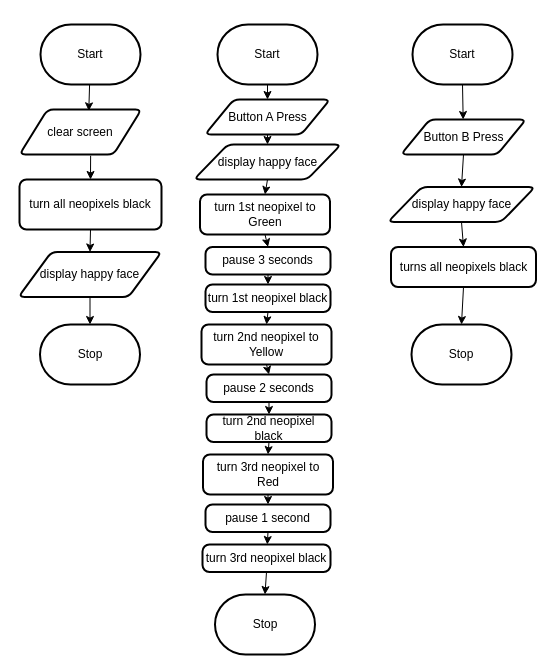
Above: design/flowchart.drawio in MTHS-TEJ2O-1-2023/TEJ2O-Unit-5-05-Julianne-Leblanc-Peltier (draw.io), before the change. Source tidied: cells renumbered, new cells numbered last; positions are measured from the earlier drawing's top-left corner, leaving out a move shared by most shapes. Both pictures are drawn from the tidied source at 100%, with x=0, y=0 at pixel (18, 24).
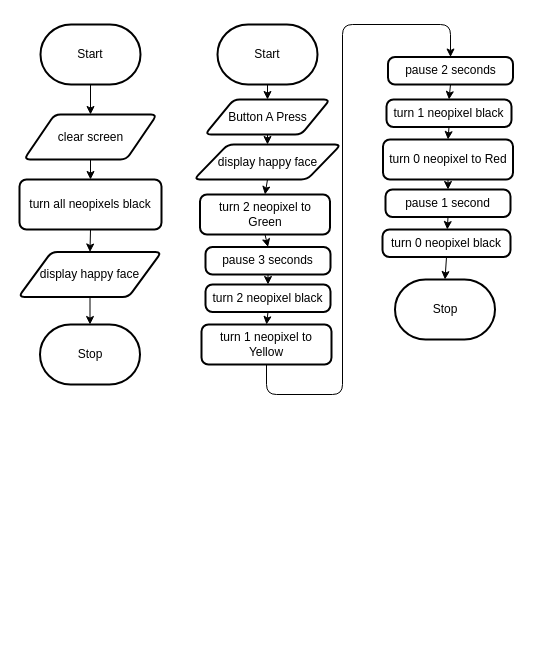
The same diagram, later.

Unchanged cells that the change refers to:
```xml
<mxCell id="2" value="Start" style="strokeWidth=2;html=1;shape=mxgraph.flowchart.terminator;whiteSpace=wrap;" parent="1" vertex="1">
  <mxGeometry x="22" width="100" height="60" as="geometry" />
</mxCell>
<mxCell id="7" value="turn all neopixels black" style="rounded=1;whiteSpace=wrap;html=1;absoluteArcSize=1;arcSize=14;strokeWidth=2;" parent="1" vertex="1">
  <mxGeometry x="1" y="155" width="142" height="50" as="geometry" />
</mxCell>
```

What changed in the source:
```diff
@@
     <mxCell id="5" value="Stop" style="strokeWidth=2;html=1;shape=mxgraph.flowchart.terminator;whiteSpace=wrap;" parent="1" vertex="1">
-      <mxGeometry x="196.5" y="570" width="100" height="60" as="geometry" />
+      <mxGeometry x="376.5" y="255" width="100" height="60" as="geometry" />
     </mxCell>
@@
-    <mxCell id="9" value="turn 1st neopixel to Green" style="rounded=1;whiteSpace=wrap;html=1;absoluteArcSize=1;arcSize=14;strokeWidth=2;" parent="1" vertex="1">
+    <mxCell id="9" value="turn 2 neopixel to Green" style="rounded=1;whiteSpace=wrap;html=1;absoluteArcSize=1;arcSize=14;strokeWidth=2;" parent="1" vertex="1">
       <mxGeometry x="181.5" y="170" width="130" height="40" as="geometry" />
     </mxCell>
-    <mxCell id="10" style="edgeStyle=none;html=1;exitX=0.5;exitY=1;exitDx=0;exitDy=0;exitPerimeter=0;startArrow=none;startFill=0;endArrow=classic;endFill=1;" parent="1" edge="1" source="11" target="40">
-      <mxGeometry relative="1" as="geometry" />
-    </mxCell>
-    <mxCell id="11" value="Start" style="strokeWidth=2;html=1;shape=mxgraph.flowchart.terminator;whiteSpace=wrap;" parent="1" vertex="1">
-      <mxGeometry x="394" width="100" height="60" as="geometry" />
-    </mxCell>
-    <mxCell id="12" style="edgeStyle=none;html=1;endArrow=none;endFill=0;exitX=0.568;exitY=0.03;exitDx=0;exitDy=0;exitPerimeter=0;startArrow=classic;startFill=1;" parent="1" edge="1" source="14" target="2">
+    <mxCell id="12" style="edgeStyle=none;html=1;endArrow=none;endFill=0;exitX=0.5;exitY=0;exitDx=0;exitDy=0;startArrow=classic;startFill=1;" parent="1" edge="1" source="14" target="2">
       <mxGeometry relative="1" as="geometry" />
     </mxCell>
-    <mxCell id="13" style="edgeStyle=none;html=1;exitX=0.583;exitY=1.027;exitDx=0;exitDy=0;entryX=0.5;entryY=0;entryDx=0;entryDy=0;startArrow=none;startFill=0;endArrow=classic;endFill=1;exitPerimeter=0;" parent="1" edge="1" source="14" target="7">
+    <mxCell id="13" style="edgeStyle=none;html=1;exitX=0.5;exitY=1;exitDx=0;exitDy=0;entryX=0.5;entryY=0;entryDx=0;entryDy=0;startArrow=none;startFill=0;endArrow=classic;endFill=1;" parent="1" edge="1" source="14" target="7">
       <mxGeometry relative="1" as="geometry" />
     </mxCell>
     <mxCell id="14" value="clear screen" style="shape=parallelogram;html=1;strokeWidth=2;perimeter=parallelogramPerimeter;whiteSpace=wrap;rounded=1;arcSize=12;size=0.23;" parent="1" vertex="1">
-      <mxGeometry x="1" y="85" width="122" height="45" as="geometry" />
+      <mxGeometry x="5.5" y="90" width="133" height="45" as="geometry" />
     </mxCell>
@@
-    <mxCell id="25" value="turn 1st neopixel black" style="rounded=1;whiteSpace=wrap;html=1;absoluteArcSize=1;arcSize=14;strokeWidth=2;" parent="1" vertex="1">
+    <mxCell id="25" value="turn 2 neopixel black" style="rounded=1;whiteSpace=wrap;html=1;absoluteArcSize=1;arcSize=14;strokeWidth=2;" parent="1" vertex="1">
       <mxGeometry x="187" y="260" width="125" height="27.5" as="geometry" />
     </mxCell>
     <mxCell id="26" style="edgeStyle=none;html=1;exitX=0.5;exitY=1;exitDx=0;exitDy=0;entryX=0.5;entryY=0;entryDx=0;entryDy=0;startArrow=none;startFill=0;endArrow=classic;endFill=1;" parent="1" edge="1" source="27" target="29">
-      <mxGeometry relative="1" as="geometry" />
+      <mxGeometry relative="1" as="geometry">
+        <Array as="points">
+          <mxPoint x="248" y="370" />
+          <mxPoint x="324" y="370" />
+          <mxPoint x="324" />
+          <mxPoint x="432" />
+        </Array>
+      </mxGeometry>
     </mxCell>
-    <mxCell id="27" value="turn 2nd neopixel to Yellow" style="rounded=1;whiteSpace=wrap;html=1;absoluteArcSize=1;arcSize=14;strokeWidth=2;" parent="1" vertex="1">
+    <mxCell id="27" value="turn 1 neopixel to Yellow" style="rounded=1;whiteSpace=wrap;html=1;absoluteArcSize=1;arcSize=14;strokeWidth=2;" parent="1" vertex="1">
       <mxGeometry x="183" y="300" width="130" height="40" as="geometry" />
     </mxCell>
@@
     <mxCell id="29" value="pause 2 seconds" style="rounded=1;whiteSpace=wrap;html=1;absoluteArcSize=1;arcSize=14;strokeWidth=2;" parent="1" vertex="1">
-      <mxGeometry x="188" y="350" width="125" height="27.5" as="geometry" />
+      <mxGeometry x="369.5" y="32.5" width="125" height="27.5" as="geometry" />
     </mxCell>
@@
-    <mxCell id="31" value="turn 2nd neopixel black" style="rounded=1;whiteSpace=wrap;html=1;absoluteArcSize=1;arcSize=14;strokeWidth=2;" parent="1" vertex="1">
-      <mxGeometry x="188" y="390" width="125" height="27.5" as="geometry" />
+    <mxCell id="31" value="turn 1 neopixel black" style="rounded=1;whiteSpace=wrap;html=1;absoluteArcSize=1;arcSize=14;strokeWidth=2;" parent="1" vertex="1">
+      <mxGeometry x="368" y="75" width="125" height="27.5" as="geometry" />
     </mxCell>
@@
-    <mxCell id="33" value="turn 3rd neopixel to Red" style="rounded=1;whiteSpace=wrap;html=1;absoluteArcSize=1;arcSize=14;strokeWidth=2;" parent="1" vertex="1">
-      <mxGeometry x="184.5" y="430" width="130" height="40" as="geometry" />
+    <mxCell id="33" value="turn 0 neopixel to Red" style="rounded=1;whiteSpace=wrap;html=1;absoluteArcSize=1;arcSize=14;strokeWidth=2;" parent="1" vertex="1">
+      <mxGeometry x="364.5" y="115" width="130" height="40" as="geometry" />
     </mxCell>
@@
     <mxCell id="35" value="pause 1 second" style="rounded=1;whiteSpace=wrap;html=1;absoluteArcSize=1;arcSize=14;strokeWidth=2;" parent="1" vertex="1">
-      <mxGeometry x="187" y="480" width="125" height="27.5" as="geometry" />
+      <mxGeometry x="367" y="165" width="125" height="27.5" as="geometry" />
     </mxCell>
@@
-    <mxCell id="37" value="turn 3rd neopixel black" style="rounded=1;whiteSpace=wrap;html=1;absoluteArcSize=1;arcSize=14;strokeWidth=2;" parent="1" vertex="1">
-      <mxGeometry x="184" y="520" width="128" height="27.5" as="geometry" />
+    <mxCell id="37" value="turn 0 neopixel black" style="rounded=1;whiteSpace=wrap;html=1;absoluteArcSize=1;arcSize=14;strokeWidth=2;" parent="1" vertex="1">
+      <mxGeometry x="364" y="205" width="128" height="27.5" as="geometry" />
     </mxCell>
-    <mxCell id="38" value="Stop" style="strokeWidth=2;html=1;shape=mxgraph.flowchart.terminator;whiteSpace=wrap;" parent="1" vertex="1">
-      <mxGeometry x="393" y="300" width="100" height="60" as="geometry" />
-    </mxCell>
-    <mxCell id="39" style="edgeStyle=none;html=1;exitX=0.5;exitY=1;exitDx=0;exitDy=0;entryX=0.5;entryY=0;entryDx=0;entryDy=0;startArrow=none;startFill=0;endArrow=classic;endFill=1;" parent="1" edge="1" source="40" target="44">
-      <mxGeometry relative="1" as="geometry" />
-    </mxCell>
-    <mxCell id="40" value="Button B Press" style="shape=parallelogram;html=1;strokeWidth=2;perimeter=parallelogramPerimeter;whiteSpace=wrap;rounded=1;arcSize=12;size=0.23;" parent="1" vertex="1">
-      <mxGeometry x="382.5" y="95" width="125" height="35" as="geometry" />
-    </mxCell>
-    <mxCell id="41" style="edgeStyle=none;html=1;exitX=0.5;exitY=1;exitDx=0;exitDy=0;entryX=0.5;entryY=0;entryDx=0;entryDy=0;entryPerimeter=0;startArrow=none;startFill=0;endArrow=classic;endFill=1;" parent="1" edge="1" source="42" target="38">
-      <mxGeometry relative="1" as="geometry" />
-    </mxCell>
-    <mxCell id="42" value="turns all neopixels black" style="rounded=1;whiteSpace=wrap;html=1;absoluteArcSize=1;arcSize=14;strokeWidth=2;" parent="1" vertex="1">
-      <mxGeometry x="372.5" y="222.5" width="145" height="40" as="geometry" />
-    </mxCell>
-    <mxCell id="43" style="edgeStyle=none;html=1;exitX=0.5;exitY=1;exitDx=0;exitDy=0;entryX=0.5;entryY=0;entryDx=0;entryDy=0;startArrow=none;startFill=0;endArrow=classic;endFill=1;" parent="1" edge="1" source="44" target="42">
-      <mxGeometry relative="1" as="geometry" />
-    </mxCell>
-    <mxCell id="44" value="display happy face" style="shape=parallelogram;html=1;strokeWidth=2;perimeter=parallelogramPerimeter;whiteSpace=wrap;rounded=1;arcSize=12;size=0.23;" parent="1" vertex="1">
-      <mxGeometry x="369.5" y="162.5" width="147" height="35" as="geometry" />
-    </mxCell>
```
